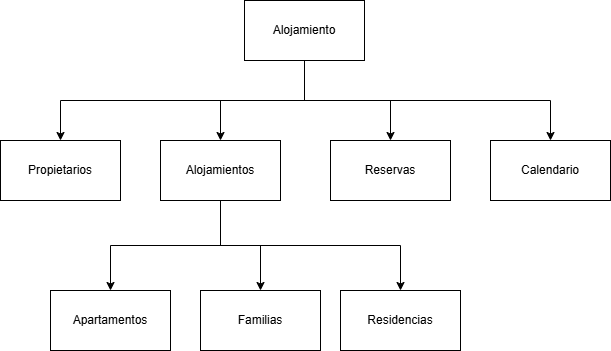
Earlier version of the draw.io export docs/mapasitio.png (laumarm6/alojamiento). Source tidied: cells renumbered, new cells last; positions are measured from the earlier drawing's top-left corner, leaving out a move shared by most shapes. Source of this version:
```xml
<mxGraphModel>
  <root>
    <mxCell id="0" />
    <mxCell id="1" parent="0" />
    <mxCell id="2" style="edgeStyle=orthogonalEdgeStyle;rounded=0;jettySize=auto;html=1;exitX=0.5;exitY=1;exitDx=0;exitDy=0;entryX=0.5;entryY=0;entryDx=0;entryDy=0;" parent="1" edge="1" source="6" target="7">
      <mxGeometry relative="1" as="geometry" />
    </mxCell>
    <mxCell id="3" style="edgeStyle=orthogonalEdgeStyle;rounded=0;jettySize=auto;html=1;exitX=0.5;exitY=1;exitDx=0;exitDy=0;entryX=0.5;entryY=0;entryDx=0;entryDy=0;" parent="1" edge="1" source="6" target="12">
      <mxGeometry relative="1" as="geometry" />
    </mxCell>
    <mxCell id="4" style="edgeStyle=orthogonalEdgeStyle;rounded=0;jettySize=auto;html=1;exitX=0.5;exitY=1;exitDx=0;exitDy=0;entryX=0.5;entryY=0;entryDx=0;entryDy=0;" parent="1" edge="1" source="6" target="11">
      <mxGeometry relative="1" as="geometry" />
    </mxCell>
    <mxCell id="5" style="edgeStyle=orthogonalEdgeStyle;rounded=0;jettySize=auto;html=1;exitX=0.5;exitY=1;exitDx=0;exitDy=0;entryX=0.5;entryY=0;entryDx=0;entryDy=0;" parent="1" edge="1" source="6" target="13">
      <mxGeometry relative="1" as="geometry" />
    </mxCell>
    <mxCell id="6" value="Alojamiento" style="rounded=0;whiteSpace=wrap;html=1;" parent="1" vertex="1">
      <mxGeometry x="244" width="120" height="60" as="geometry" />
    </mxCell>
    <mxCell id="7" value="Propietarios" style="rounded=0;whiteSpace=wrap;html=1;" parent="1" vertex="1">
      <mxGeometry y="140" width="120" height="60" as="geometry" />
    </mxCell>
    <mxCell id="8" style="edgeStyle=orthogonalEdgeStyle;rounded=0;jettySize=auto;html=1;" parent="1" edge="1" source="11" target="14">
      <mxGeometry relative="1" as="geometry" />
    </mxCell>
    <mxCell id="9" style="edgeStyle=orthogonalEdgeStyle;rounded=0;jettySize=auto;html=1;" parent="1" edge="1" source="11" target="15">
      <mxGeometry relative="1" as="geometry" />
    </mxCell>
    <mxCell id="10" style="edgeStyle=orthogonalEdgeStyle;rounded=0;jettySize=auto;html=1;exitX=0.5;exitY=1;exitDx=0;exitDy=0;entryX=0.5;entryY=0;entryDx=0;entryDy=0;" parent="1" edge="1" source="11" target="16">
      <mxGeometry relative="1" as="geometry" />
    </mxCell>
    <mxCell id="11" value="Alojamientos" style="rounded=0;whiteSpace=wrap;html=1;" parent="1" vertex="1">
      <mxGeometry x="160" y="140" width="120" height="60" as="geometry" />
    </mxCell>
    <mxCell id="12" value="Reservas" style="rounded=0;whiteSpace=wrap;html=1;" parent="1" vertex="1">
      <mxGeometry x="330" y="140" width="120" height="60" as="geometry" />
    </mxCell>
    <mxCell id="13" value="Calendario" style="rounded=0;whiteSpace=wrap;html=1;" parent="1" vertex="1">
      <mxGeometry x="490" y="140" width="120" height="60" as="geometry" />
    </mxCell>
    <mxCell id="14" value="Apartamentos" style="rounded=0;whiteSpace=wrap;html=1;" parent="1" vertex="1">
      <mxGeometry x="50" y="290" width="120" height="60" as="geometry" />
    </mxCell>
    <mxCell id="15" value="Familias" style="rounded=0;whiteSpace=wrap;html=1;" parent="1" vertex="1">
      <mxGeometry x="200" y="290" width="120" height="60" as="geometry" />
    </mxCell>
    <mxCell id="16" value="Residencias" style="rounded=0;whiteSpace=wrap;html=1;" parent="1" vertex="1">
      <mxGeometry x="340" y="290" width="120" height="60" as="geometry" />
    </mxCell>
  </root>
</mxGraphModel>
```
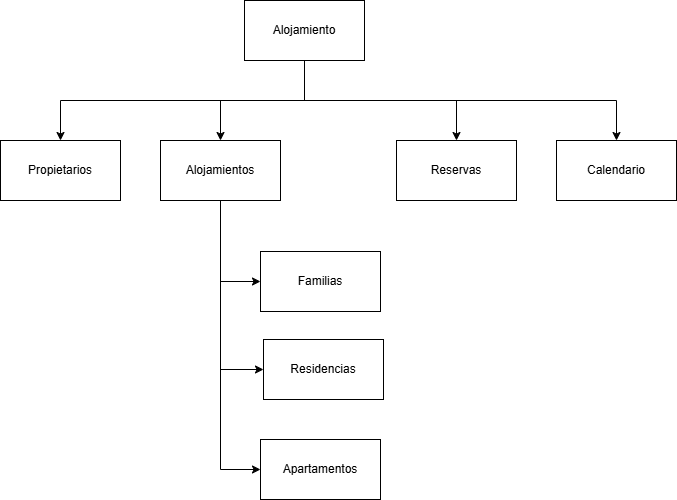
Above is the later version.

Commit message:
cambio imagen mapa sitio

Change to the diagram source:
```diff
@@ -20,32 +20,32 @@
     <mxCell id="7" value="Propietarios" style="rounded=0;whiteSpace=wrap;html=1;" parent="1" vertex="1">
       <mxGeometry y="140" width="120" height="60" as="geometry" />
     </mxCell>
-    <mxCell id="8" style="edgeStyle=orthogonalEdgeStyle;rounded=0;jettySize=auto;html=1;" parent="1" edge="1" source="11" target="14">
+    <mxCell id="8" style="edgeStyle=orthogonalEdgeStyle;rounded=0;jettySize=auto;html=1;exitX=0.5;exitY=1;exitDx=0;exitDy=0;entryX=0;entryY=0.5;entryDx=0;entryDy=0;" parent="1" edge="1" source="11" target="14">
       <mxGeometry relative="1" as="geometry" />
     </mxCell>
+    <mxCell id="10" style="edgeStyle=orthogonalEdgeStyle;rounded=0;jettySize=auto;html=1;exitX=0.5;exitY=1;exitDx=0;exitDy=0;entryX=0;entryY=0.5;entryDx=0;entryDy=0;" parent="1" edge="1" source="11" target="16">
+      <mxGeometry relative="1" as="geometry" />
+    </mxCell>
-    <mxCell id="9" style="edgeStyle=orthogonalEdgeStyle;rounded=0;jettySize=auto;html=1;" parent="1" edge="1" source="11" target="15">
+    <mxCell id="9" style="edgeStyle=orthogonalEdgeStyle;rounded=0;jettySize=auto;html=1;exitX=0.5;exitY=1;exitDx=0;exitDy=0;entryX=0;entryY=0.5;entryDx=0;entryDy=0;" parent="1" edge="1" source="11" target="15">
       <mxGeometry relative="1" as="geometry" />
     </mxCell>
-    <mxCell id="10" style="edgeStyle=orthogonalEdgeStyle;rounded=0;jettySize=auto;html=1;exitX=0.5;exitY=1;exitDx=0;exitDy=0;entryX=0.5;entryY=0;entryDx=0;entryDy=0;" parent="1" edge="1" source="11" target="16">
-      <mxGeometry relative="1" as="geometry" />
-    </mxCell>
     <mxCell id="11" value="Alojamientos" style="rounded=0;whiteSpace=wrap;html=1;" parent="1" vertex="1">
       <mxGeometry x="160" y="140" width="120" height="60" as="geometry" />
     </mxCell>
     <mxCell id="12" value="Reservas" style="rounded=0;whiteSpace=wrap;html=1;" parent="1" vertex="1">
-      <mxGeometry x="330" y="140" width="120" height="60" as="geometry" />
+      <mxGeometry x="396" y="140" width="120" height="60" as="geometry" />
     </mxCell>
     <mxCell id="13" value="Calendario" style="rounded=0;whiteSpace=wrap;html=1;" parent="1" vertex="1">
-      <mxGeometry x="490" y="140" width="120" height="60" as="geometry" />
+      <mxGeometry x="556" y="140" width="120" height="60" as="geometry" />
     </mxCell>
     <mxCell id="14" value="Apartamentos" style="rounded=0;whiteSpace=wrap;html=1;" parent="1" vertex="1">
-      <mxGeometry x="50" y="290" width="120" height="60" as="geometry" />
+      <mxGeometry x="260" y="439" width="120" height="60" as="geometry" />
     </mxCell>
     <mxCell id="15" value="Familias" style="rounded=0;whiteSpace=wrap;html=1;" parent="1" vertex="1">
-      <mxGeometry x="200" y="290" width="120" height="60" as="geometry" />
+      <mxGeometry x="260" y="251" width="120" height="60" as="geometry" />
     </mxCell>
     <mxCell id="16" value="Residencias" style="rounded=0;whiteSpace=wrap;html=1;" parent="1" vertex="1">
-      <mxGeometry x="340" y="290" width="120" height="60" as="geometry" />
+      <mxGeometry x="263" y="339" width="120" height="60" as="geometry" />
     </mxCell>
   </root>
 </mxGraphModel>
```
